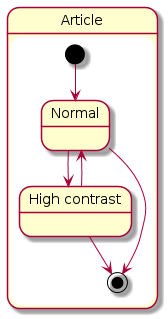
Earlier version of the PlantUML export documentation/uml/state/high-contrast/high-contrast.png (software-strijders/billy).
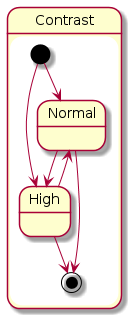
The same file after the commit.

Commit message:
Add high-contrast state diagram

What changed in the source:
```diff
@@ -1,14 +1,15 @@
 @startuml
-state Article {
-  state "Normal" as A
-  state "High contrast" as B
+state Contrast {
+  state "Normal" as N
+  state "High" as H
 
-  [*] --> A
+  [*] --> N
+  [*] --> H
 
-  A --> B
-  B --> A
+  N --> H
+  H --> N
 
-  A --> [*]
-  B --> [*]
+  N --> [*]
+  H --> [*]
 }
 @enduml
```
